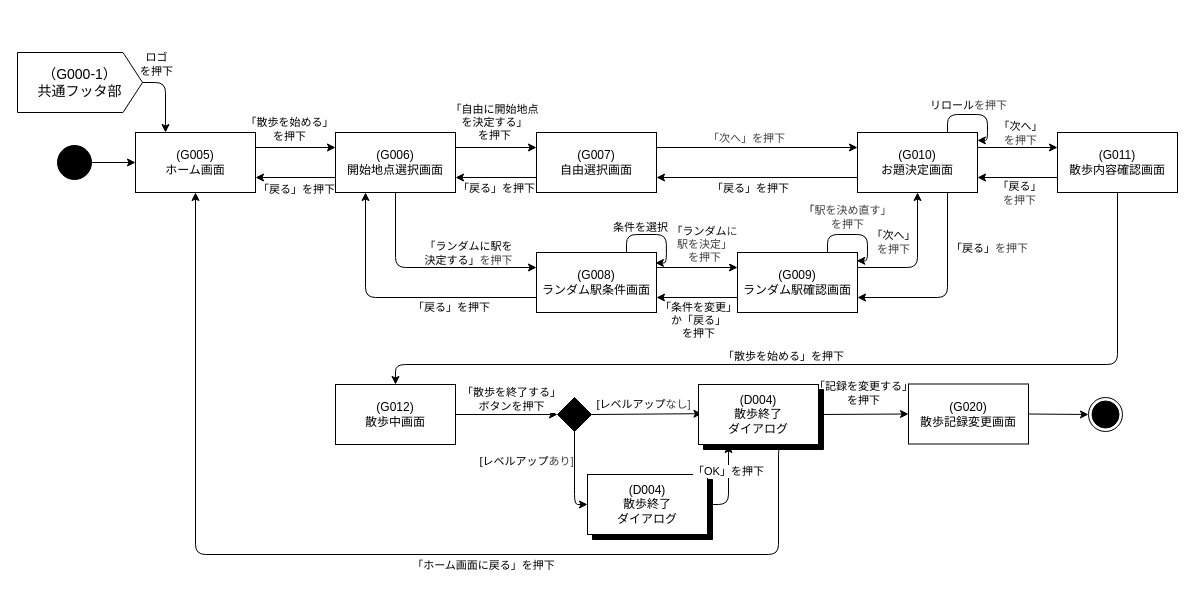
The draw.io diagram page "散歩" (2 of 11) of desing/STD.dio in miyong00/ServerProgramming-2026, before the edit. Source tidied: cells renumbered, new cells numbered last; positions are measured from the earlier drawing's top-left corner, leaving out a move shared by most shapes. Both pictures are drawn from the tidied source at 100%, with x=0, y=0 at pixel (17, 52).
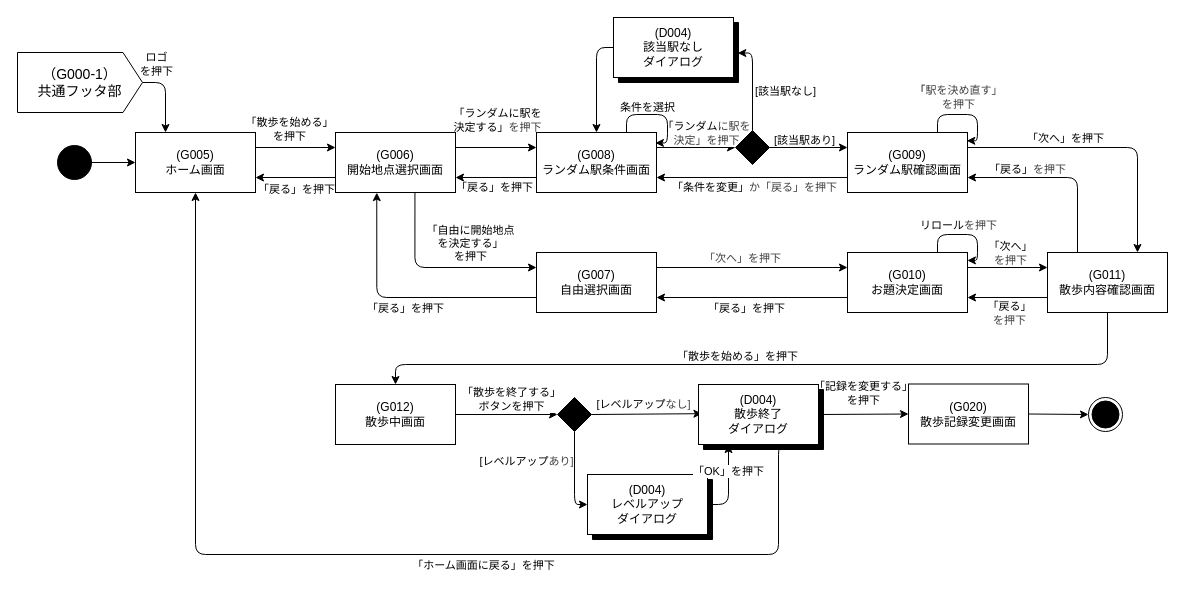
The same diagram, later.

Commit message:
fix: 散歩画面遷移図

Unchanged cells that the change refers to:
```xml
<mxCell id="11" value="&lt;div&gt;(G006)&lt;/div&gt;開始地点選択画面" style="rounded=0;whiteSpace=wrap;html=1;" parent="1" vertex="1">
  <mxGeometry x="318" y="80" width="120" height="60" as="geometry" />
</mxCell>
<mxCell id="53" value="&lt;div&gt;(G012)&lt;/div&gt;散歩中画面" style="rounded=0;whiteSpace=wrap;html=1;" parent="1" vertex="1">
  <mxGeometry x="318" y="332" width="120" height="60" as="geometry" />
</mxCell>
<mxCell id="61" style="group;" parent="1" vertex="1">
  <mxGeometry x="570" y="422" width="125" height="65" as="geometry" />
</mxCell>
```

The edit, as a diff of the source:
```diff
@@
-    <mxCell id="7" style="edgeStyle=none;html=1;exitX=1;exitY=0.25;exitDx=0;exitDy=0;entryX=0;entryY=0.25;entryDx=0;entryDy=0;" parent="1" edge="1" source="11" target="16">
+    <mxCell id="7" style="edgeStyle=orthogonalEdgeStyle;html=1;exitX=0.662;exitY=1.002;exitDx=0;exitDy=0;entryX=0;entryY=0.25;entryDx=0;entryDy=0;exitPerimeter=0;" parent="1" edge="1" source="11" target="16">
       <mxGeometry relative="1" as="geometry" />
     </mxCell>
     <mxCell id="8" value="「自由に開始地点&lt;div&gt;を決定する」&lt;/div&gt;&lt;div&gt;を押下&lt;/div&gt;" style="edgeLabel;html=1;align=center;verticalAlign=middle;" parent="7" vertex="1">
       <mxGeometry x="0.25" y="1" relative="1" as="geometry">
-        <mxPoint x="-13" y="-24" as="offset" />
+        <mxPoint x="7" y="-24" as="offset" />
       </mxGeometry>
     </mxCell>
-    <mxCell id="9" style="edgeStyle=orthogonalEdgeStyle;html=1;exitX=0.5;exitY=1;exitDx=0;exitDy=0;entryX=0;entryY=0.25;entryDx=0;entryDy=0;" parent="1" edge="1" source="11" target="21">
+    <mxCell id="9" style="html=1;entryX=0;entryY=0.25;entryDx=0;entryDy=0;exitX=1;exitY=0.25;exitDx=0;exitDy=0;" parent="1" edge="1" source="11" target="21">
       <mxGeometry relative="1" as="geometry" />
     </mxCell>
     <mxCell id="10" value="「ランダムに駅を&lt;div&gt;決定する」&lt;span style=&quot;color: rgb(63, 63, 63); background-color: light-dark(#ffffff, var(--ge-dark-color, #121212));&quot;&gt;を押下&lt;/span&gt;&lt;/div&gt;" style="edgeLabel;html=1;align=center;verticalAlign=middle;" parent="9" vertex="1">
       <mxGeometry x="0.35" y="-1" relative="1" as="geometry">
-        <mxPoint x="1" y="-16" as="offset" />
+        <mxPoint x="-14" y="-28" as="offset" />
       </mxGeometry>
     </mxCell>
@@
-    <mxCell id="14" style="edgeStyle=none;html=1;exitX=0;exitY=0.75;exitDx=0;exitDy=0;entryX=1;entryY=0.75;entryDx=0;entryDy=0;" parent="1" edge="1" source="16" target="11">
+    <mxCell id="14" style="edgeStyle=orthogonalEdgeStyle;html=1;exitX=0;exitY=0.75;exitDx=0;exitDy=0;entryX=0.344;entryY=1.002;entryDx=0;entryDy=0;entryPerimeter=0;" parent="1" edge="1" source="16" target="11">
       <mxGeometry relative="1" as="geometry" />
     </mxCell>
@@
     <mxCell id="16" value="&lt;div&gt;(G007)&lt;/div&gt;自由選択画面" style="rounded=0;whiteSpace=wrap;html=1;" parent="1" vertex="1">
-      <mxGeometry x="519" y="80" width="120" height="60" as="geometry" />
+      <mxGeometry x="519" y="200" width="120" height="60" as="geometry" />
     </mxCell>
-    <mxCell id="17" style="edgeStyle=none;html=1;exitX=1;exitY=0.25;exitDx=0;exitDy=0;entryX=0;entryY=0.25;entryDx=0;entryDy=0;" parent="1" edge="1" source="21" target="24">
+    <mxCell id="17" style="edgeStyle=none;html=1;exitX=1;exitY=0.25;exitDx=0;exitDy=0;entryX=0;entryY=0.5;entryDx=0;entryDy=0;" parent="1" edge="1" source="21" target="80">
       <mxGeometry relative="1" as="geometry" />
     </mxCell>
-    <mxCell id="18" value="「ランダム&lt;span style=&quot;color: rgb(63, 63, 63); background-color: light-dark(#ffffff, var(--ge-dark-color, #121212));&quot;&gt;に&lt;/span&gt;&lt;div&gt;&lt;span style=&quot;color: rgb(63, 63, 63); background-color: light-dark(#ffffff, var(--ge-dark-color, #121212));&quot;&gt;駅&lt;/span&gt;&lt;span style=&quot;color: rgb(63, 63, 63); background-color: light-dark(#ffffff, var(--ge-dark-color, #121212));&quot;&gt;を&lt;/span&gt;&lt;span style=&quot;color: rgb(63, 63, 63); background-color: light-dark(#ffffff, var(--ge-dark-color, #121212));&quot;&gt;決定」&lt;/span&gt;&lt;div&gt;&lt;span style=&quot;color: rgb(63, 63, 63); background-color: light-dark(#ffffff, var(--ge-dark-color, #121212));&quot;&gt;を押下&lt;/span&gt;&lt;/div&gt;&lt;/div&gt;" style="edgeLabel;html=1;align=center;verticalAlign=middle;" parent="17" vertex="1">
+    <mxCell id="18" value="「ランダム&lt;span style=&quot;color: rgb(63, 63, 63); background-color: light-dark(#ffffff, var(--ge-dark-color, #121212));&quot;&gt;に&lt;/span&gt;&lt;span style=&quot;background-color: light-dark(#ffffff, var(--ge-dark-color, #121212)); color: rgb(63, 63, 63);&quot;&gt;駅&lt;/span&gt;&lt;span style=&quot;background-color: light-dark(#ffffff, var(--ge-dark-color, #121212)); color: rgb(63, 63, 63);&quot;&gt;を&lt;/span&gt;&lt;div&gt;&lt;span style=&quot;background-color: light-dark(#ffffff, var(--ge-dark-color, #121212)); color: rgb(63, 63, 63);&quot;&gt;決定」&lt;/span&gt;&lt;span style=&quot;color: rgb(63, 63, 63); background-color: light-dark(#ffffff, var(--ge-dark-color, #121212));&quot;&gt;を押下&lt;/span&gt;&lt;/div&gt;" style="edgeLabel;html=1;align=center;verticalAlign=middle;" parent="17" vertex="1">
       <mxGeometry x="0.04" y="4" relative="1" as="geometry">
-        <mxPoint x="5" y="-20" as="offset" />
+        <mxPoint x="8" y="-11" as="offset" />
       </mxGeometry>
     </mxCell>
-    <mxCell id="19" style="edgeStyle=orthogonalEdgeStyle;html=1;exitX=0;exitY=0.75;exitDx=0;exitDy=0;entryX=0.25;entryY=1;entryDx=0;entryDy=0;" parent="1" edge="1" source="21" target="11">
-      <mxGeometry relative="1" as="geometry" />
+    <mxCell id="19" style="html=1;exitX=0;exitY=0.75;exitDx=0;exitDy=0;entryX=1;entryY=0.75;entryDx=0;entryDy=0;" parent="1" edge="1" source="21" target="11">
+      <mxGeometry x="0.24" relative="1" as="geometry" />
     </mxCell>
     <mxCell id="20" value="「戻る」を押下" style="edgeLabel;html=1;align=center;verticalAlign=middle;" parent="19" vertex="1">
-      <mxGeometry x="-0.38" y="-1" relative="1" as="geometry">
-        <mxPoint y="10" as="offset" />
+      <mxGeometry x="-0.22" y="-1" relative="1" as="geometry">
+        <mxPoint x="-11" y="10" as="offset" />
       </mxGeometry>
     </mxCell>
     <mxCell id="21" value="&lt;div&gt;(G008)&lt;/div&gt;ランダム駅条件画面" style="rounded=0;whiteSpace=wrap;html=1;" parent="1" vertex="1">
-      <mxGeometry x="519" y="200" width="120" height="60" as="geometry" />
+      <mxGeometry x="519" y="80" width="120" height="60" as="geometry" />
     </mxCell>
-    <mxCell id="22" style="edgeStyle=none;html=1;exitX=0;exitY=0.75;exitDx=0;exitDy=0;entryX=1;entryY=0.75;entryDx=0;entryDy=0;" parent="1" edge="1" source="24" target="21">
+    <mxCell id="22" style="edgeStyle=none;html=1;entryX=1;entryY=0.75;entryDx=0;entryDy=0;exitX=0;exitY=0.75;exitDx=0;exitDy=0;" parent="1" edge="1" source="24" target="21">
       <mxGeometry relative="1" as="geometry" />
     </mxCell>
-    <mxCell id="23" value="「条件を変更」&lt;div&gt;か「戻る」&lt;/div&gt;&lt;div&gt;を押下&lt;/div&gt;" style="edgeLabel;html=1;align=center;verticalAlign=middle;" parent="22" vertex="1">
-      <mxGeometry x="-0.01" y="-3" relative="1" as="geometry">
-        <mxPoint y="25" as="offset" />
+    <mxCell id="23" value="「条件を変更」&lt;span style=&quot;color: rgb(63, 63, 63); background-color: light-dark(#ffffff, var(--ge-dark-color, #121212));&quot;&gt;か「戻る」&lt;/span&gt;&lt;span style=&quot;color: rgb(63, 63, 63); background-color: light-dark(#ffffff, var(--ge-dark-color, #121212));&quot;&gt;を押下&lt;/span&gt;" style="edgeLabel;html=1;align=center;verticalAlign=middle;" parent="22" vertex="1">
+      <mxGeometry x="0.36" y="-3" relative="1" as="geometry">
+        <mxPoint x="36" y="12" as="offset" />
       </mxGeometry>
     </mxCell>
     <mxCell id="24" value="&lt;div&gt;(G009)&lt;/div&gt;ランダム駅確認画面" style="rounded=0;whiteSpace=wrap;html=1;" parent="1" vertex="1">
-      <mxGeometry x="720" y="200" width="120" height="60" as="geometry" />
+      <mxGeometry x="830" y="80" width="120" height="60" as="geometry" />
     </mxCell>
     <mxCell id="25" style="html=1;exitX=0.75;exitY=0;exitDx=0;exitDy=0;edgeStyle=orthogonalEdgeStyle;innerLoopWaypoints=1;entryX=0.994;entryY=0.139;entryDx=0;entryDy=0;entryPerimeter=0;" parent="1" edge="1" source="24" target="24">
-      <mxGeometry x="0.07" relative="1" as="geometry">
+      <mxGeometry x="0.08" relative="1" as="geometry">
         <Array as="points">
-          <mxPoint x="810" y="182" />
-          <mxPoint x="850" y="182" />
-          <mxPoint x="850" y="208.3" />
+          <mxPoint x="920" y="62" />
+          <mxPoint x="960" y="62" />
+          <mxPoint x="960" y="88.3" />
         </Array>
       </mxGeometry>
     </mxCell>
     <mxCell id="26" value="「&lt;span style=&quot;color: rgb(63, 63, 63); background-color: light-dark(#ffffff, var(--ge-dark-color, #121212));&quot;&gt;駅を決め直す」&lt;/span&gt;&lt;div&gt;&lt;span style=&quot;color: rgb(63, 63, 63); background-color: light-dark(#ffffff, var(--ge-dark-color, #121212));&quot;&gt;を押下&lt;/span&gt;&lt;/div&gt;" style="edgeLabel;html=1;align=center;verticalAlign=middle;" parent="25" vertex="1">
-      <mxGeometry x="0.08" y="2" relative="1" as="geometry">
+      <mxGeometry x="0.09" y="2" relative="1" as="geometry">
         <mxPoint x="-14" y="-16" as="offset" />
       </mxGeometry>
     </mxCell>
@@
-    <mxCell id="29" style="edgeStyle=orthogonalEdgeStyle;html=1;exitX=0.75;exitY=1;exitDx=0;exitDy=0;entryX=1;entryY=0.75;entryDx=0;entryDy=0;" parent="1" edge="1" source="33" target="24">
+    <mxCell id="29" style="edgeStyle=orthogonalEdgeStyle;html=1;entryX=1;entryY=0.75;entryDx=0;entryDy=0;exitX=0.25;exitY=0;exitDx=0;exitDy=0;" parent="1" edge="1" source="40" target="24">
       <mxGeometry relative="1" as="geometry" />
     </mxCell>
     <mxCell id="30" value="「戻る」&lt;span style=&quot;color: rgb(63, 63, 63); background-color: light-dark(#ffffff, var(--ge-dark-color, #121212));&quot;&gt;を押下&lt;/span&gt;" style="edgeLabel;html=1;align=center;verticalAlign=middle;" parent="29" vertex="1">
       <mxGeometry x="-0.67" y="2" relative="1" as="geometry">
-        <mxPoint x="39" y="23" as="offset" />
+        <mxPoint x="-49" y="-53" as="offset" />
       </mxGeometry>
     </mxCell>
@@
     <mxCell id="33" value="&lt;div&gt;(G010)&lt;/div&gt;お題決定画面" style="rounded=0;whiteSpace=wrap;html=1;" parent="1" vertex="1">
-      <mxGeometry x="840" y="80" width="120" height="60" as="geometry" />
+      <mxGeometry x="830" y="200" width="120" height="60" as="geometry" />
     </mxCell>
-    <mxCell id="34" style="edgeStyle=orthogonalEdgeStyle;html=1;exitX=1;exitY=0.25;exitDx=0;exitDy=0;entryX=0.5;entryY=1;entryDx=0;entryDy=0;" parent="1" edge="1" source="24" target="33">
-      <mxGeometry x="0.12" relative="1" as="geometry" />
+    <mxCell id="34" style="edgeStyle=orthogonalEdgeStyle;html=1;exitX=1;exitY=0.25;exitDx=0;exitDy=0;entryX=0.75;entryY=0;entryDx=0;entryDy=0;" parent="1" edge="1" source="24" target="40">
+      <mxGeometry x="0.46" relative="1" as="geometry" />
     </mxCell>
-    <mxCell id="35" value="「次へ」&lt;div&gt;&lt;span style=&quot;color: rgb(63, 63, 63); background-color: light-dark(#ffffff, var(--ge-dark-color, #121212));&quot;&gt;を押下&lt;/span&gt;&lt;/div&gt;" style="edgeLabel;html=1;align=center;verticalAlign=middle;" parent="34" vertex="1">
-      <mxGeometry x="0.51" y="1" relative="1" as="geometry">
-        <mxPoint x="-24" y="16" as="offset" />
+    <mxCell id="35" value="「次へ」&lt;span style=&quot;background-color: light-dark(#ffffff, var(--ge-dark-color, #121212));&quot;&gt;を押下&lt;/span&gt;" style="edgeLabel;html=1;align=center;verticalAlign=middle;" parent="34" vertex="1">
+      <mxGeometry x="0.98" y="1" relative="1" as="geometry">
+        <mxPoint x="-74" y="-112" as="offset" />
       </mxGeometry>
     </mxCell>
@@
     <mxCell id="38" style="edgeStyle=orthogonalEdgeStyle;html=1;exitX=0.5;exitY=1;exitDx=0;exitDy=0;entryX=0.5;entryY=0;entryDx=0;entryDy=0;" parent="1" edge="1" source="40" target="53">
-      <mxGeometry relative="1" as="geometry">
+      <mxGeometry x="-0.03" relative="1" as="geometry">
         <Array as="points">
-          <mxPoint x="1100" y="312" />
+          <mxPoint x="1090" y="312" />
           <mxPoint x="378" y="312" />
         </Array>
       </mxGeometry>
     </mxCell>
     <mxCell id="39" value="&lt;span style=&quot;color: rgb(0, 0, 0);&quot;&gt;「散歩を始める」&lt;/span&gt;&lt;span style=&quot;background-color: light-dark(#ffffff, var(--ge-dark-color, #121212));&quot;&gt;を押下&lt;/span&gt;" style="edgeLabel;html=1;align=center;verticalAlign=middle;" parent="38" vertex="1">
-      <mxGeometry x="0.11" y="-2" relative="1" as="geometry">
+      <mxGeometry x="0.08" y="-2" relative="1" as="geometry">
         <mxPoint y="-7" as="offset" />
       </mxGeometry>
     </mxCell>
     <mxCell id="40" value="&lt;div&gt;(G011)&lt;/div&gt;散歩内容確認画面" style="rounded=0;whiteSpace=wrap;html=1;" parent="1" vertex="1">
-      <mxGeometry x="1040" y="80" width="120" height="60" as="geometry" />
+      <mxGeometry x="1030" y="200" width="120" height="60" as="geometry" />
     </mxCell>
     <mxCell id="41" style="html=1;exitX=0.75;exitY=0;exitDx=0;exitDy=0;edgeStyle=orthogonalEdgeStyle;innerLoopWaypoints=1;strokeColor=#000000;entryX=0.999;entryY=0.132;entryDx=0;entryDy=0;entryPerimeter=0;" parent="1" edge="1" source="33" target="33">
       <mxGeometry x="0.23" relative="1" as="geometry">
         <Array as="points">
-          <mxPoint x="930" y="62" />
-          <mxPoint x="970" y="62" />
-          <mxPoint x="970" y="87.9" />
+          <mxPoint x="920" y="182" />
+          <mxPoint x="960" y="182" />
+          <mxPoint x="960" y="207.9" />
         </Array>
       </mxGeometry>
     </mxCell>
@@
     <mxCell id="51" style="edgeStyle=orthogonalEdgeStyle;html=1;innerLoopWaypoints=1;exitX=0.75;exitY=0;exitDx=0;exitDy=0;entryX=0.991;entryY=0.174;entryDx=0;entryDy=0;entryPerimeter=0;" parent="1" edge="1" source="21" target="21">
-      <mxGeometry x="0.3" relative="1" as="geometry">
+      <mxGeometry x="0.22" relative="1" as="geometry">
         <Array as="points">
-          <mxPoint x="609" y="182" />
-          <mxPoint x="648.9" y="182" />
-          <mxPoint x="648.9" y="210.4" />
+          <mxPoint x="609" y="62" />
+          <mxPoint x="650" y="62" />
+          <mxPoint x="650" y="90.4" />
         </Array>
       </mxGeometry>
     </mxCell>
     <mxCell id="52" value="条件を選択" style="edgeLabel;html=1;align=center;verticalAlign=middle;" parent="51" vertex="1">
-      <mxGeometry x="-0.24" y="2" relative="1" as="geometry">
-        <mxPoint x="-6" y="-6" as="offset" />
+      <mxGeometry x="0.02" y="2" relative="1" as="geometry">
+        <mxPoint x="-13" y="-6" as="offset" />
       </mxGeometry>
     </mxCell>
@@
-    <mxCell id="63" value="&lt;div&gt;(D004)&lt;/div&gt;散歩終了&lt;div&gt;ダイアログ&lt;/div&gt;" style="rounded=0;whiteSpace=wrap;html=1;" parent="61" vertex="1">
+    <mxCell id="63" value="&lt;div&gt;(D004)&lt;/div&gt;&lt;div&gt;&lt;font color=&quot;#000000&quot;&gt;レベルアップ&lt;/font&gt;&lt;/div&gt;&lt;div&gt;ダイアログ&lt;/div&gt;" style="rounded=0;whiteSpace=wrap;html=1;" parent="61" vertex="1">
       <mxGeometry width="120" height="60" as="geometry" />
     </mxCell>
@@
+    <mxCell id="75" style="edgeStyle=none;html=1;exitX=1;exitY=0.5;exitDx=0;exitDy=0;entryX=0;entryY=0.25;entryDx=0;entryDy=0;" parent="1" edge="1" source="80" target="24">
+      <mxGeometry relative="1" as="geometry" />
+    </mxCell>
+    <mxCell id="76" value="[該当駅あり]" style="edgeLabel;html=1;align=center;verticalAlign=middle;" parent="75" vertex="1">
+      <mxGeometry x="-0.06" y="2" relative="1" as="geometry">
+        <mxPoint x="-3" y="-6" as="offset" />
+      </mxGeometry>
+    </mxCell>
+    <mxCell id="77" style="group;" parent="1" vertex="1">
+      <mxGeometry x="596" y="-35" width="125" height="65" as="geometry" />
+    </mxCell>
+    <mxCell id="78" style="verticalLabelPosition=bottom;verticalAlign=top;html=1;shape=mxgraph.basic.rect;fillColor2=none;strokeWidth=1;size=20;indent=5;fillColor=#000000;" parent="77" vertex="1">
+      <mxGeometry x="5" y="5" width="120" height="60" as="geometry" />
+    </mxCell>
+    <mxCell id="79" value="&lt;div&gt;(D004)&lt;/div&gt;&lt;div&gt;&lt;font color=&quot;#000000&quot;&gt;該当駅なし&lt;/font&gt;&lt;/div&gt;&lt;div&gt;ダイアログ&lt;/div&gt;" style="rounded=0;whiteSpace=wrap;html=1;" parent="77" vertex="1">
+      <mxGeometry width="120" height="60" as="geometry" />
+    </mxCell>
+    <mxCell id="80" style="rhombus;whiteSpace=wrap;html=1;shapeInside=1;fillColor=#000000;" parent="1" vertex="1">
+      <mxGeometry x="718" y="78" width="34" height="34" as="geometry" />
+    </mxCell>
+    <mxCell id="81" style="edgeStyle=orthogonalEdgeStyle;html=1;exitX=0.5;exitY=0;exitDx=0;exitDy=0;entryX=0.994;entryY=0.509;entryDx=0;entryDy=0;entryPerimeter=0;" parent="1" edge="1" source="80" target="78">
+      <mxGeometry relative="1" as="geometry" />
+    </mxCell>
+    <mxCell id="82" value="[該当駅なし]" style="edgeLabel;html=1;align=center;verticalAlign=middle;" parent="81" vertex="1">
+      <mxGeometry x="-0.14" y="-1" relative="1" as="geometry">
+        <mxPoint x="31" as="offset" />
+      </mxGeometry>
+    </mxCell>
+    <mxCell id="83" style="edgeStyle=orthogonalEdgeStyle;html=1;exitX=0;exitY=0.5;exitDx=0;exitDy=0;entryX=0.5;entryY=0;entryDx=0;entryDy=0;" parent="1" edge="1" source="79" target="21">
+      <mxGeometry relative="1" as="geometry" />
+    </mxCell>
```
